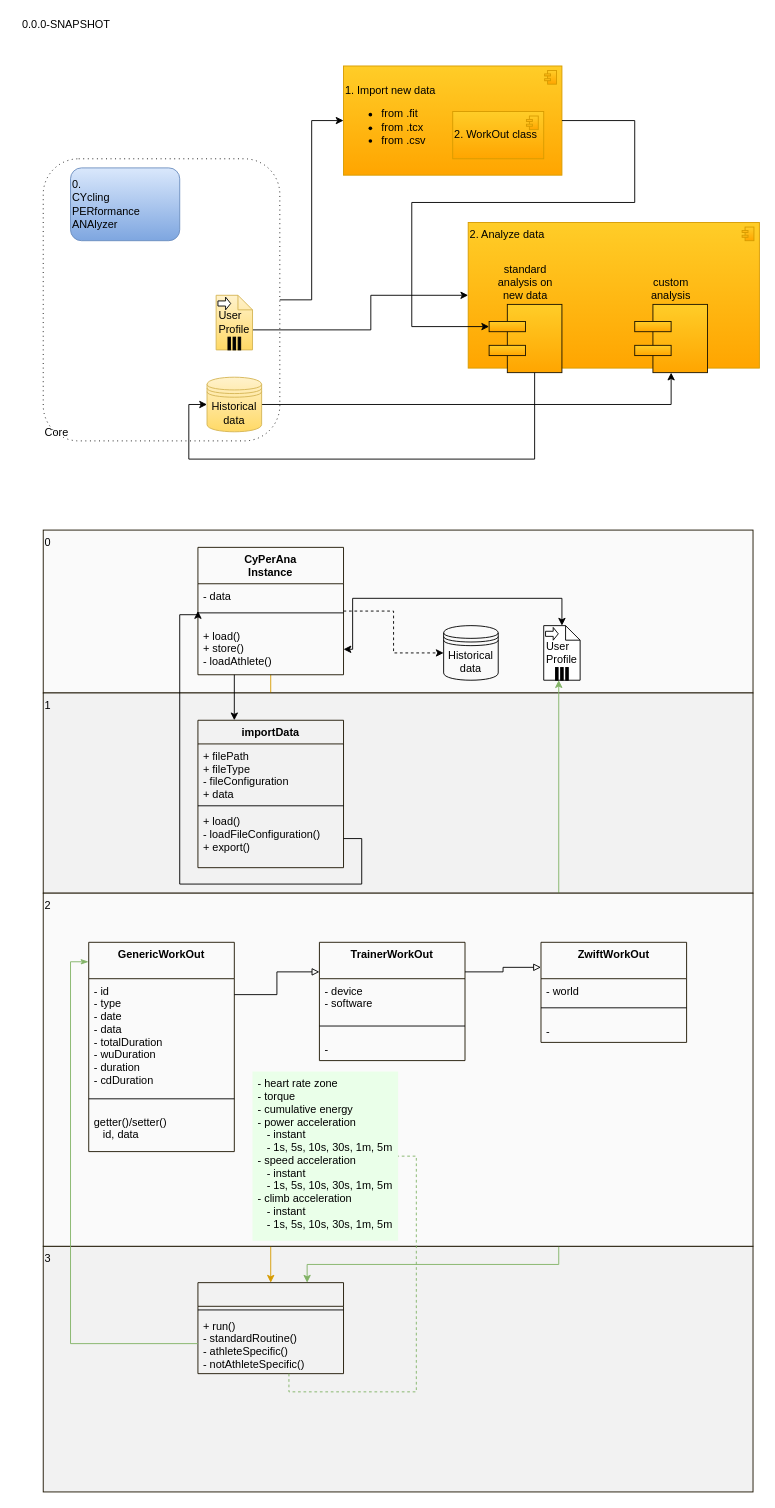
The draw.io diagram architecture.drawio in stefano-v37/cyperana, before the edit. Source tidied: cells renumbered, new cells numbered last; positions are measured from the earlier drawing's top-left corner, leaving out a move shared by most shapes. Both pictures are drawn from the tidied source at 91%, with x=0, y=0 at pixel (15, 15).
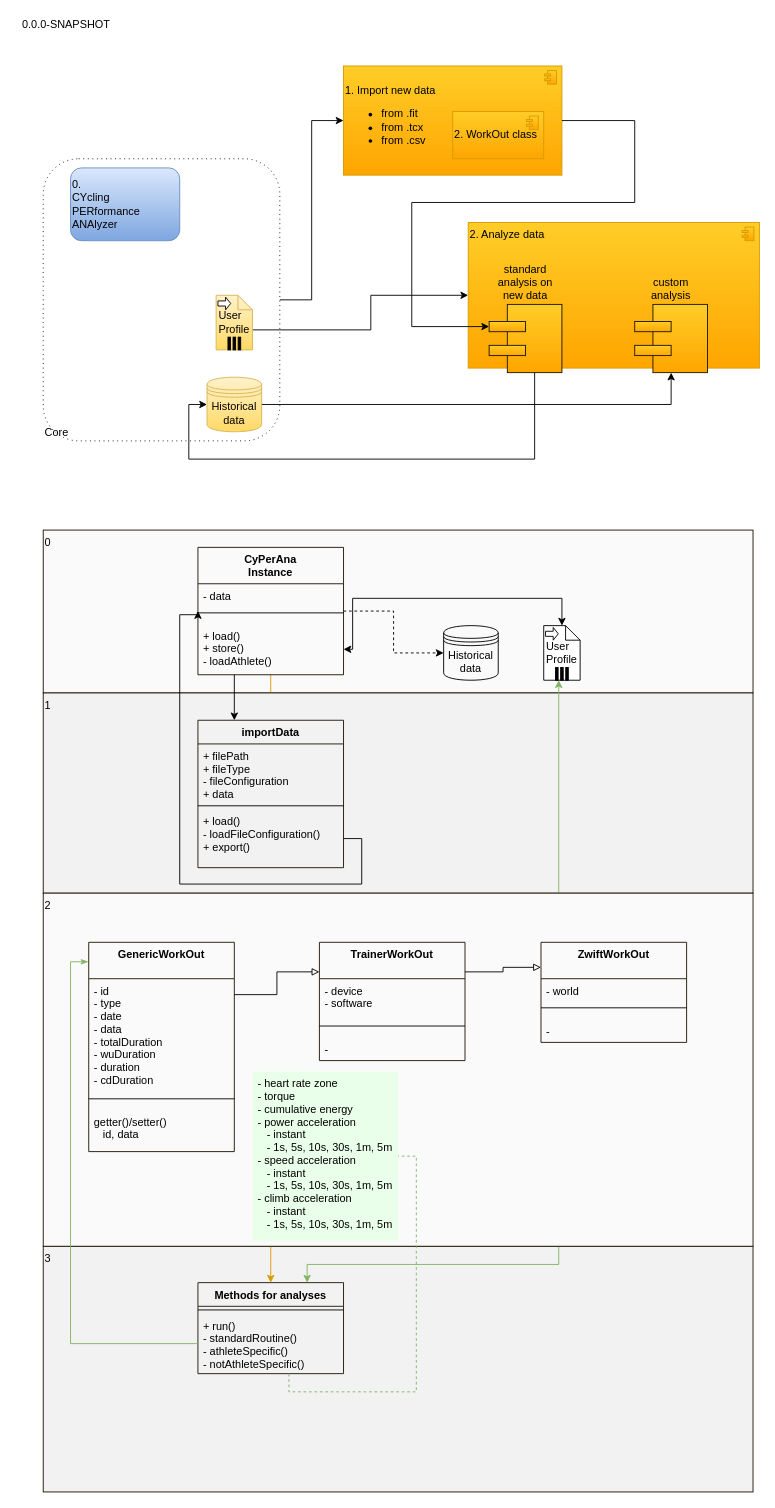
Above is the later version.

Change to the diagram source:
```diff
@@
-    <mxCell id="19" style="swimlane;fontStyle=1;align=center;verticalAlign=top;horizontal=1;startSize=26;strokeColor=#1C1400;fillColor=none;" parent="1" vertex="1">
+    <mxCell id="19" value="Methods for analyses" style="swimlane;fontStyle=1;align=center;verticalAlign=top;horizontal=1;startSize=26;strokeColor=#1C1400;fillColor=none;" parent="1" vertex="1">
       <mxGeometry x="200" y="1392" width="160" height="100" as="geometry" />
     </mxCell>
```
